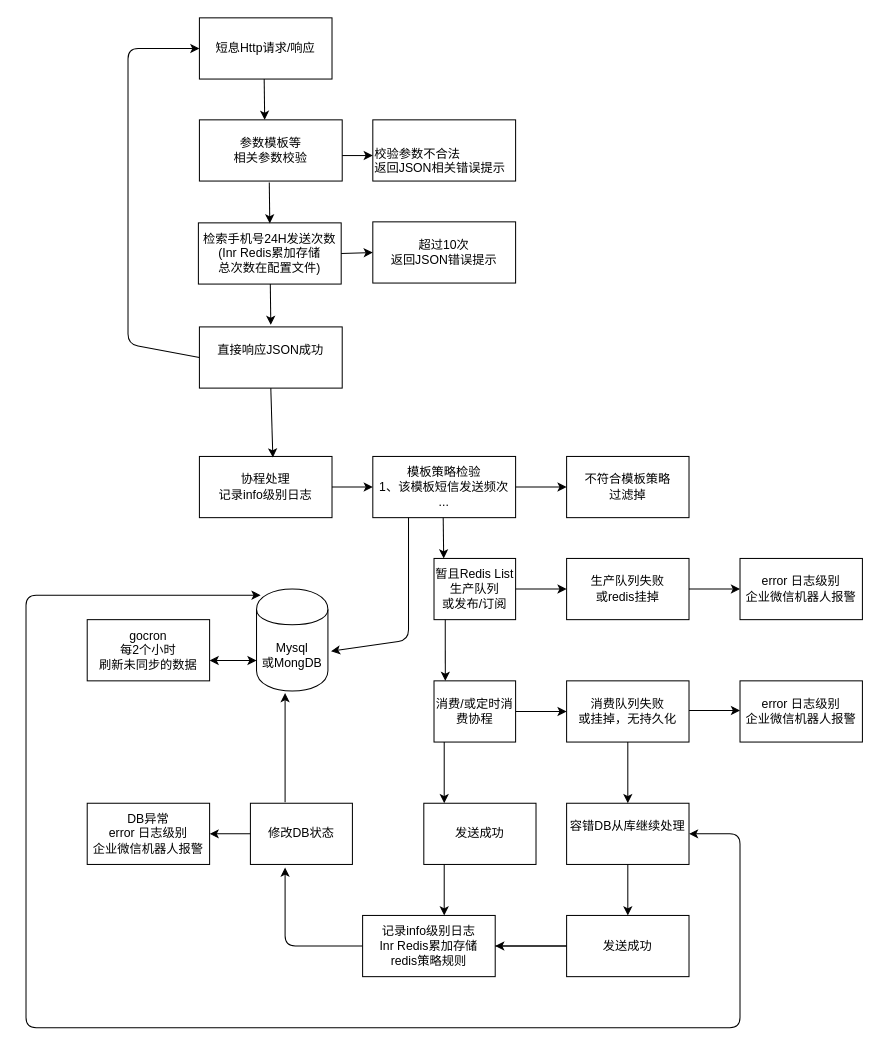
Above: NewSMS.drawio in akun87/activity (draw.io), before the change. Source tidied: cells renumbered, new cells numbered last; positions are measured from the earlier drawing's top-left corner, leaving out a move shared by most shapes. Both pictures are drawn from the tidied source at 102%, with x=0, y=0 at pixel (26, 17).
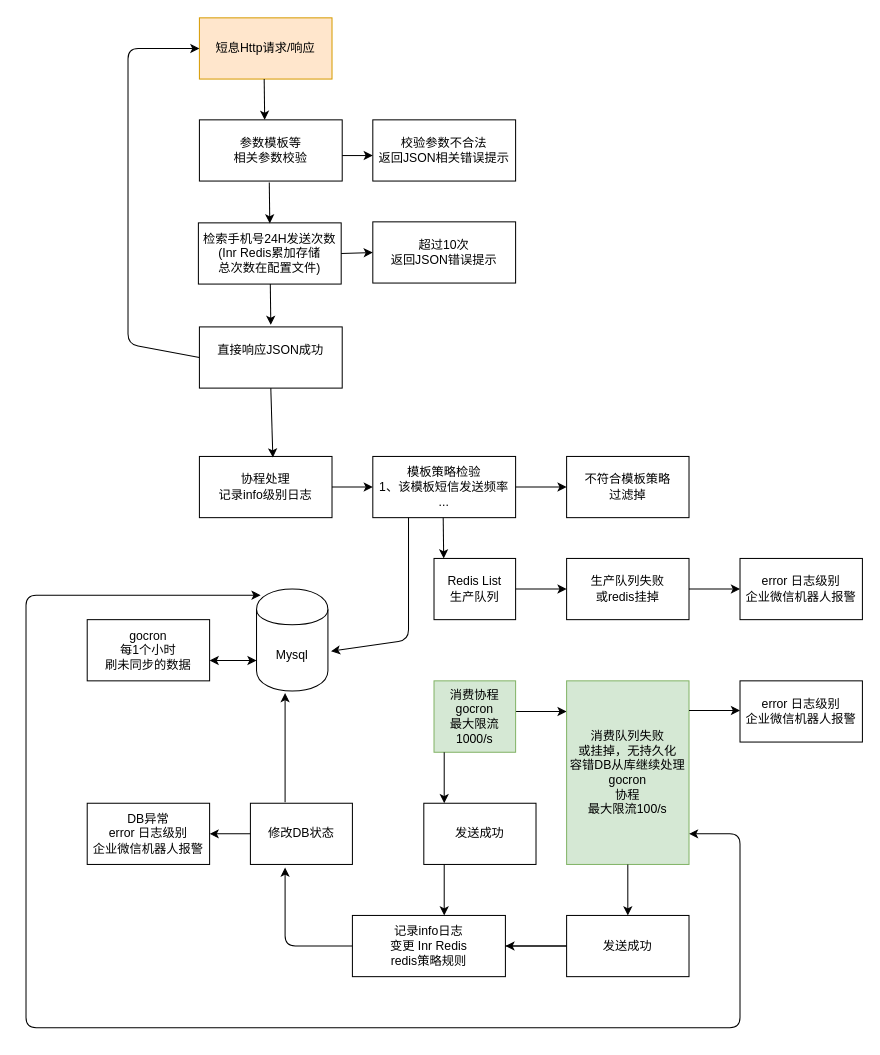
The same diagram, later.

What changed in the source:
```diff
@@
-    <mxCell id="2" value="&lt;div&gt;短息Http请求/响应&lt;/div&gt;" style="rounded=0;whiteSpace=wrap;html=1;" parent="1" vertex="1">
+    <mxCell id="2" value="&lt;div&gt;短息Http请求/响应&lt;/div&gt;" style="rounded=0;whiteSpace=wrap;html=1;fillColor=#ffe6cc;strokeColor=#d79b00;" parent="1" vertex="1">
       <mxGeometry x="170" width="130" height="60" as="geometry" />
     </mxCell>
@@
-    <mxCell id="4" style="rounded=0;whiteSpace=wrap;html=1;" parent="1" vertex="1">
+    <mxCell id="4" value="&lt;div&gt;校验参数不合法 &lt;br&gt;&lt;/div&gt;&lt;div&gt;返回JSON相关错误提示&lt;/div&gt;" style="rounded=0;whiteSpace=wrap;html=1;" parent="1" vertex="1">
       <mxGeometry x="340" y="100" width="140" height="60" as="geometry" />
     </mxCell>
-    <mxCell id="5" value="&lt;div&gt;校验参数不合法 &lt;br&gt;&lt;/div&gt;&lt;div&gt;返回JSON相关错误提示&lt;/div&gt;" style="text;html=1;" parent="1" vertex="1">
-      <mxGeometry x="340" y="120" width="120" height="30" as="geometry" />
-    </mxCell>
@@
-    <mxCell id="9" value="&lt;div&gt;模板策略检验&lt;/div&gt;&lt;div&gt;1、该模板短信发送频次&lt;br&gt;&lt;/div&gt;&lt;div&gt;...&lt;br&gt;&lt;/div&gt;" style="rounded=0;whiteSpace=wrap;html=1;" parent="1" vertex="1">
+    <mxCell id="9" value="&lt;div&gt;模板策略检验&lt;/div&gt;&lt;div&gt;1、该模板短信发送频率&lt;br&gt;&lt;/div&gt;&lt;div&gt;...&lt;br&gt;&lt;/div&gt;" style="rounded=0;whiteSpace=wrap;html=1;" parent="1" vertex="1">
       <mxGeometry x="340" y="430" width="140" height="60" as="geometry" />
     </mxCell>
@@
-    <mxCell id="12" value="&lt;div&gt;暂且Redis List生产队列&lt;/div&gt;&lt;div&gt;或发布/订阅&lt;br&gt;&lt;/div&gt;" style="rounded=0;whiteSpace=wrap;html=1;" parent="1" vertex="1">
+    <mxCell id="12" value="&lt;div&gt;Redis List&lt;/div&gt;&lt;div&gt;生产队列&lt;/div&gt;" style="rounded=0;whiteSpace=wrap;html=1;" parent="1" vertex="1">
       <mxGeometry x="400" y="530" width="80" height="60" as="geometry" />
     </mxCell>
@@
     <mxCell id="14" style="edgeStyle=orthogonalEdgeStyle;rounded=0;jettySize=auto;html=1;" parent="1" edge="1" source="15" target="16">
-      <mxGeometry relative="1" as="geometry" />
+      <mxGeometry relative="1" as="geometry">
+        <Array as="points">
+          <mxPoint x="510" y="680" />
+          <mxPoint x="510" y="680" />
+        </Array>
+      </mxGeometry>
     </mxCell>
-    <mxCell id="15" value="&lt;div&gt;消费/或定时消费协程&lt;/div&gt;" style="rounded=0;whiteSpace=wrap;html=1;" parent="1" vertex="1">
-      <mxGeometry x="400" y="650" width="80" height="60" as="geometry" />
+    <mxCell id="15" value="&lt;div&gt;消费协程gocron&lt;/div&gt;&lt;div&gt;最大限流1000/s&lt;br&gt;&lt;/div&gt;" style="rounded=0;whiteSpace=wrap;html=1;fillColor=#d5e8d4;strokeColor=#82b366;" parent="1" vertex="1">
+      <mxGeometry x="400" y="650" width="80" height="70" as="geometry" />
     </mxCell>
-    <mxCell id="16" value="&lt;div&gt;消费队列失败&lt;/div&gt;&lt;div&gt;或挂掉，无持久化&lt;br&gt;&lt;/div&gt;" style="rounded=0;whiteSpace=wrap;html=1;" parent="1" vertex="1">
-      <mxGeometry x="530" y="650" width="120" height="60" as="geometry" />
+    <mxCell id="16" value="&lt;div&gt;消费队列失败&lt;/div&gt;&lt;div&gt;或挂掉，无持久化&lt;/div&gt;&lt;div&gt;&lt;div&gt;容错DB从库继续处理&lt;/div&gt;&lt;div&gt;gocron&lt;/div&gt;&lt;div&gt;协程&lt;/div&gt;&lt;div&gt;最大限流100/s&lt;br&gt;&lt;/div&gt;&lt;/div&gt;" style="rounded=0;whiteSpace=wrap;html=1;fillColor=#d5e8d4;strokeColor=#82b366;" parent="1" vertex="1">
+      <mxGeometry x="530" y="650" width="120" height="180" as="geometry" />
     </mxCell>
@@
-    <mxCell id="19" value="&lt;div&gt;Mysql&lt;/div&gt;&lt;div&gt;或MongDB&lt;br&gt;&lt;/div&gt;" style="shape=cylinder;whiteSpace=wrap;html=1;boundedLbl=1;backgroundOutline=1;" parent="1" vertex="1">
+    <mxCell id="19" value="&lt;div&gt;Mysql&lt;/div&gt;" style="shape=cylinder;whiteSpace=wrap;html=1;boundedLbl=1;backgroundOutline=1;" parent="1" vertex="1">
       <mxGeometry x="226" y="560" width="70" height="100" as="geometry" />
     </mxCell>
@@
-    <mxCell id="28" style="endArrow=classic;html=1;entryX=0;entryY=0.5;entryDx=0;entryDy=0;" parent="1" edge="1" target="5">
+    <mxCell id="28" style="endArrow=classic;html=1;entryX=0;entryY=0.5;entryDx=0;entryDy=0;" parent="1" edge="1">
       <mxGeometry relative="1" as="geometry">
         <mxPoint x="310" y="135" as="sourcePoint" />
+        <mxPoint x="340" y="135" as="targetPoint" />
       </mxGeometry>
     </mxCell>
@@
-    <mxCell id="35" style="endArrow=classic;html=1;entryX=0.679;entryY=0;entryDx=0;entryDy=0;entryPerimeter=0;" parent="1" edge="1">
-      <mxGeometry relative="1" as="geometry">
-        <mxPoint x="411" y="590" as="sourcePoint" />
-        <mxPoint x="411.1" y="650" as="targetPoint" />
-      </mxGeometry>
-    </mxCell>
@@
     <mxCell id="37" style="endArrow=classic;html=1;" parent="1" edge="1">
       <mxGeometry relative="1" as="geometry">
-        <mxPoint x="410" y="710" as="sourcePoint" />
+        <mxPoint x="410" y="720" as="sourcePoint" />
         <mxPoint x="410" y="770" as="targetPoint" />
       </mxGeometry>
     </mxCell>
@@
-    <mxCell id="39" value="&lt;div&gt;容错DB从库继续处理&lt;/div&gt;&lt;div&gt;&lt;br&gt;&lt;/div&gt;" style="rounded=0;whiteSpace=wrap;html=1;" parent="1" vertex="1">
-      <mxGeometry x="530" y="770" width="120" height="60" as="geometry" />
-    </mxCell>
-    <mxCell id="40" style="endArrow=classic;html=1;" parent="1" edge="1" target="39">
-      <mxGeometry relative="1" as="geometry">
-        <mxPoint x="590" y="710" as="sourcePoint" />
-      </mxGeometry>
-    </mxCell>
@@
-    <mxCell id="46" value="&lt;div&gt;gocron&lt;/div&gt;&lt;div&gt;每2个小时&lt;/div&gt;&lt;div&gt;刷新未同步的数据&lt;br&gt;&lt;/div&gt;" style="rounded=0;whiteSpace=wrap;html=1;" parent="1" vertex="1">
+    <mxCell id="46" value="&lt;div&gt;gocron&lt;/div&gt;&lt;div&gt;每1个小时&lt;/div&gt;&lt;div&gt;刷未同步的数据&lt;br&gt;&lt;/div&gt;" style="rounded=0;whiteSpace=wrap;html=1;" parent="1" vertex="1">
       <mxGeometry x="60" y="590" width="120" height="60" as="geometry" />
     </mxCell>
@@
-    <mxCell id="48" style="endArrow=classic;startArrow=classic;html=1;entryX=0.057;entryY=0.06;entryDx=0;entryDy=0;entryPerimeter=0;exitX=1;exitY=0.5;exitDx=0;exitDy=0;" parent="1" edge="1" source="39" target="19">
+    <mxCell id="48" style="endArrow=classic;startArrow=classic;html=1;entryX=0.057;entryY=0.06;entryDx=0;entryDy=0;entryPerimeter=0;exitX=1;exitY=0.5;exitDx=0;exitDy=0;" parent="1" edge="1" target="19">
       <mxGeometry relative="1" as="geometry">
+        <mxPoint x="650" y="800" as="sourcePoint" />
         <Array as="points">
           <mxPoint x="700" y="800" />
           <mxPoint x="700" y="990" />
           <mxPoint x="340" y="990" />
           <mxPoint y="990" />
           <mxPoint y="566" />
         </Array>
       </mxGeometry>
     </mxCell>
-    <mxCell id="49" value="&lt;div&gt;记录info级别日志&lt;/div&gt;&lt;div&gt;Inr Redis累加存储&lt;/div&gt;&lt;div&gt;redis策略规则&lt;br&gt;&lt;/div&gt;" style="rounded=0;whiteSpace=wrap;html=1;" parent="1" vertex="1">
-      <mxGeometry x="330" y="880" width="130" height="60" as="geometry" />
+    <mxCell id="49" value="&lt;div&gt;记录info日志&lt;/div&gt;&lt;div&gt;变更 Inr Redis&lt;/div&gt;&lt;div&gt;redis策略规则&lt;br&gt;&lt;/div&gt;" style="rounded=0;whiteSpace=wrap;html=1;" parent="1" vertex="1">
+      <mxGeometry x="320" y="880" width="150" height="60" as="geometry" />
     </mxCell>
```
